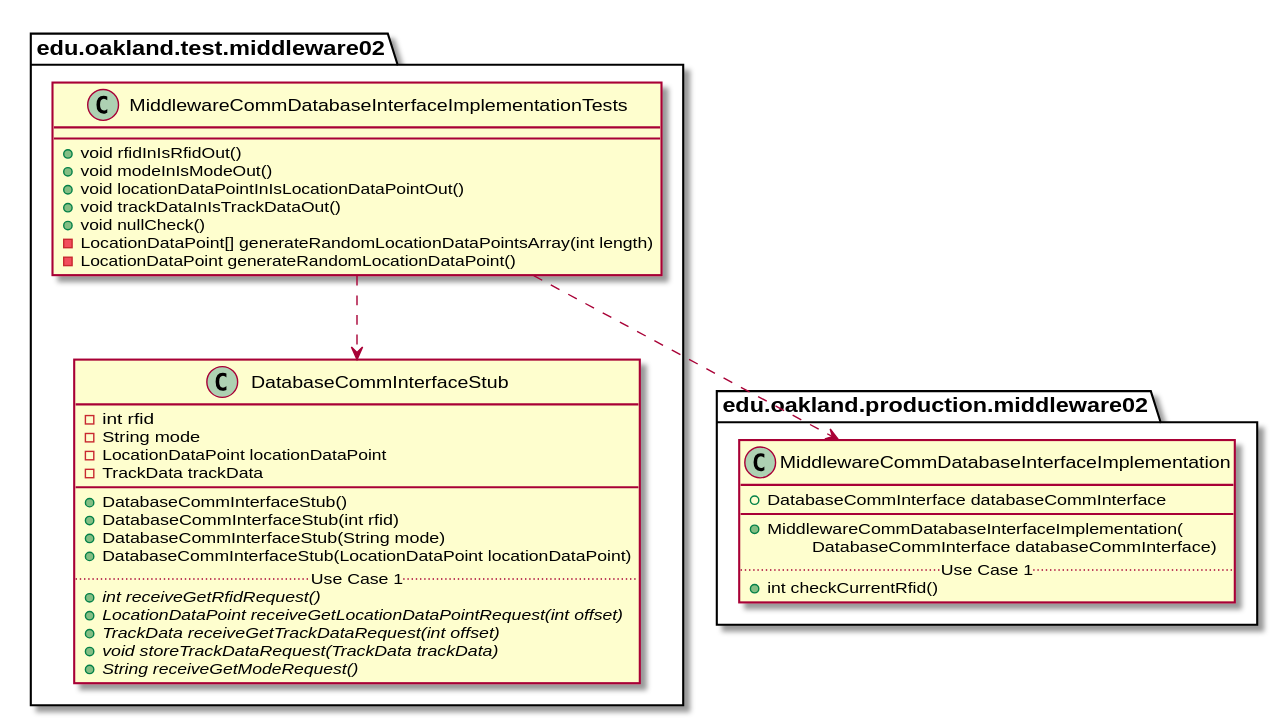
Earlier version of the PlantUML export docs/uml-class-diagrams/middleware02/test/MiddlewareCommDatabaseInterfaceImplementationTests/MiddlewareCommDatabaseInterfaceImplementationTests_DirectDependencies.svg (andrewdimmer/csi-3370-software-project).
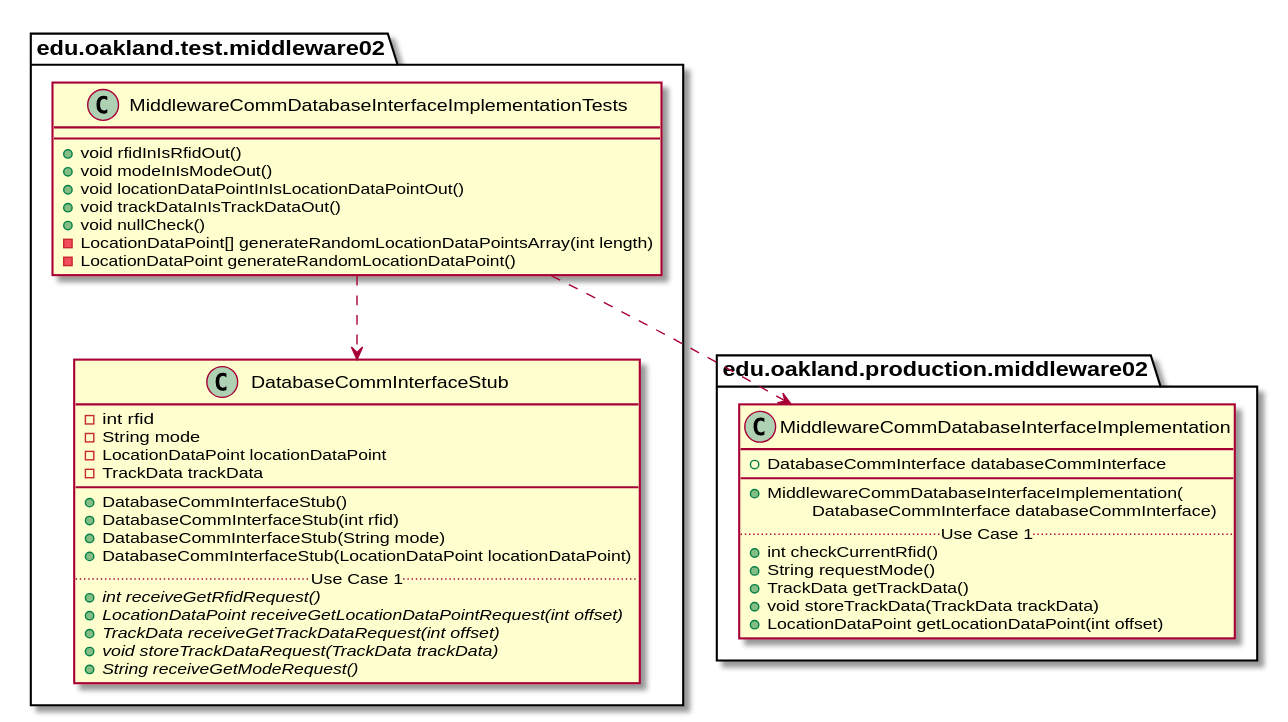
Later version of the same file.

Change to the diagram source:
```diff
@@ -46,6 +46,10 @@
         \tDatabaseCommInterface databaseCommInterface)
         .. Use Case 1 ..
         + int checkCurrentRfid()
+        + String requestMode()
+        + TrackData getTrackData()
+        + void storeTrackData(TrackData trackData)
+        + LocationDataPoint getLocationDataPoint(int offset)
     }
 }
 
```
